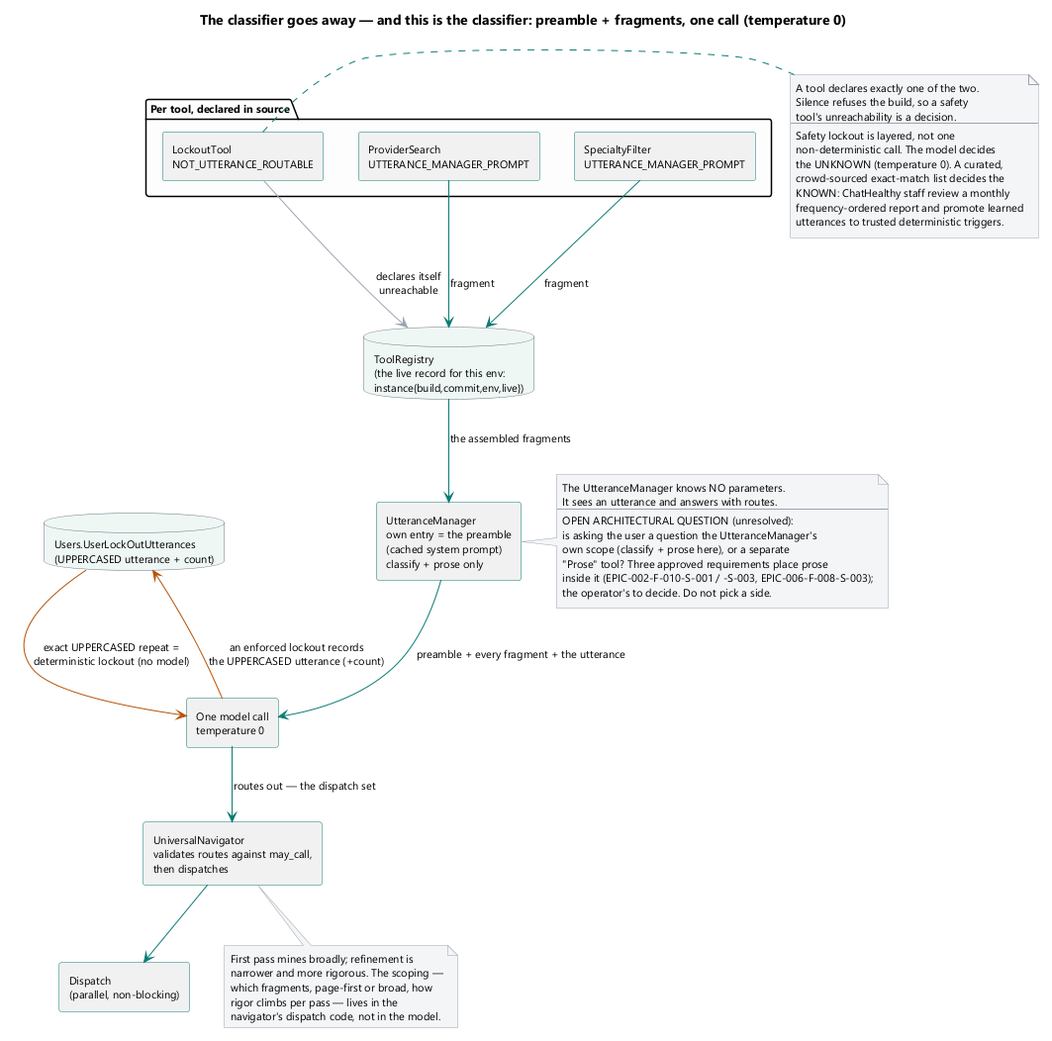
This is brain/machine_artifacts/diagramsAndImages/rendered/utterance_classifier_assembly.png from SkipSnow/ChatHealthyRepo, a PlantUML export, as it was before one commit.
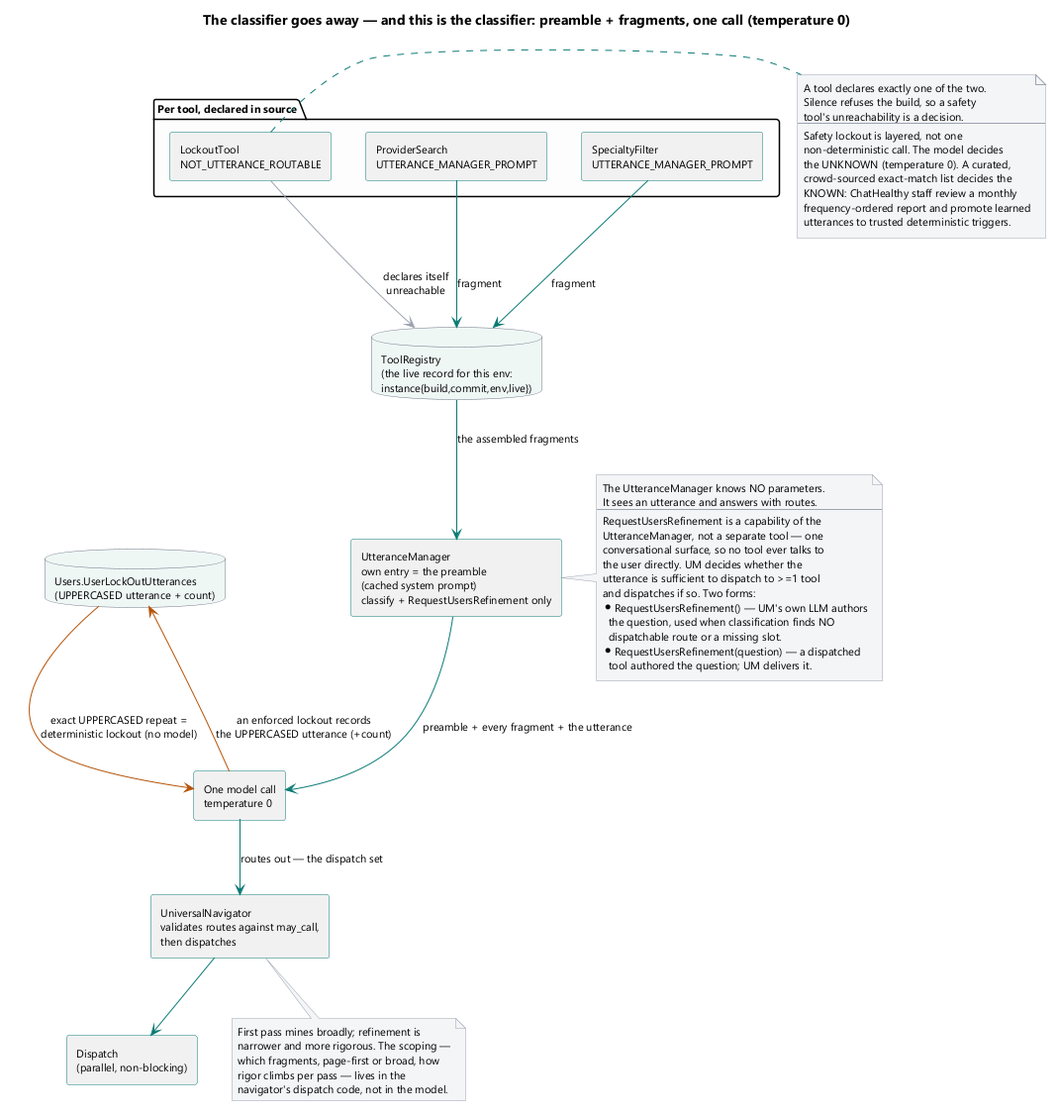
The same file after the commit.

What changed in the source:
```diff
@@ -19,7 +19,7 @@
   [LockoutTool\nNOT_UTTERANCE_ROUTABLE] as F3
 }
 
-[UtteranceManager\nown entry = the preamble\n(cached system prompt)\nclassify + prose only] as UM
+[UtteranceManager\nown entry = the preamble\n(cached system prompt)\nclassify + RequestUsersRefinement only] as UM
 [One model call\ntemperature 0] as CALL
 [UniversalNavigator\nvalidates routes against may_call,\nthen dispatches] as UN
 [Dispatch\n(parallel, non-blocking)] as DISP
@@ -42,12 +42,17 @@
   The UtteranceManager knows NO parameters.
   It sees an utterance and answers with routes.
   ---
-  OPEN ARCHITECTURAL QUESTION (unresolved):
-  is asking the user a question the UtteranceManager's
-  own scope (classify + prose here), or a separate
-  "Prose" tool? Three approved requirements place prose
-  inside it (EPIC-002-F-010-S-001 / -S-003, EPIC-006-F-008-S-003);
-  the operator's to decide. Do not pick a side.
+  RequestUsersRefinement is a capability of the
+  UtteranceManager, not a separate tool — one
+  conversational surface, so no tool ever talks to
+  the user directly. UM decides whether the
+  utterance is sufficient to dispatch to >=1 tool
+  and dispatches if so. Two forms:
+  * RequestUsersRefinement() — UM's own LLM authors
+    the question, used when classification finds NO
+    dispatchable route or a missing slot.
+  * RequestUsersRefinement(question) — a dispatched
+    tool authored the question; UM delivers it.
 end note
 
 note right of F3
```
